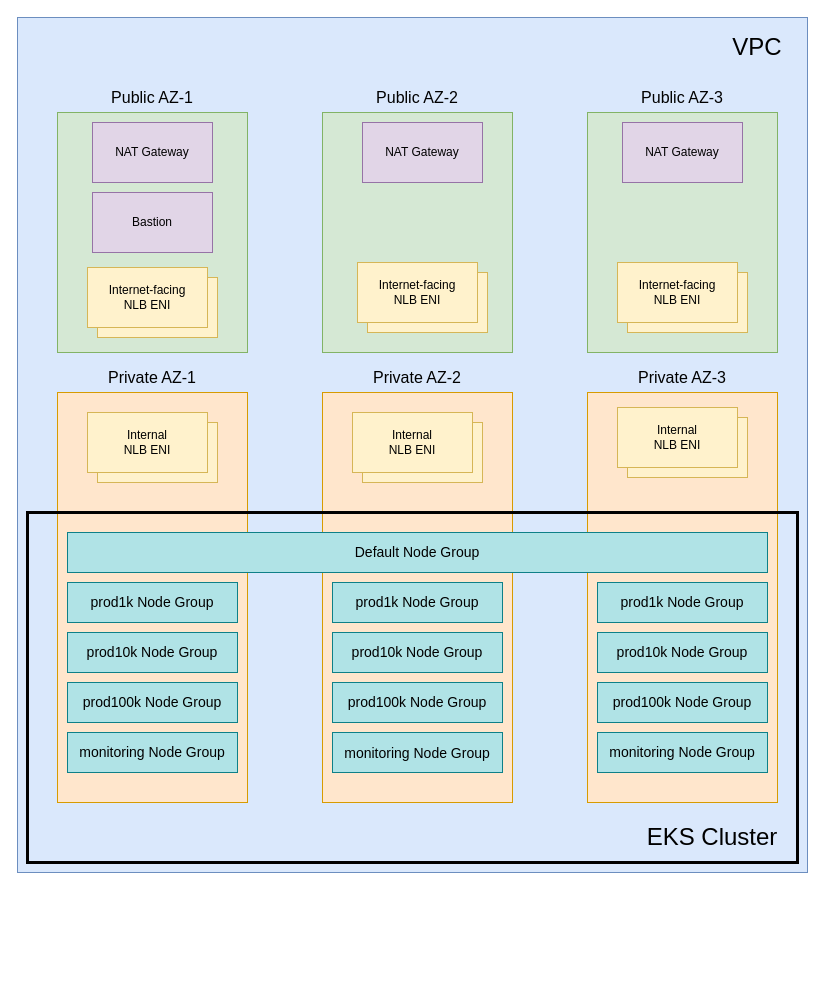
This is eks/docs/architecture.drawio from SolaceLabs/customer-controlled-region-reference-architectures, a draw.io file, before an edit. Source tidied: cells renumbered, new cells numbered last; positions are measured from the earlier drawing's top-left corner, leaving out a move shared by most shapes. Both pictures are drawn from the tidied source at 100%, with x=0, y=0 at pixel (17, 17).
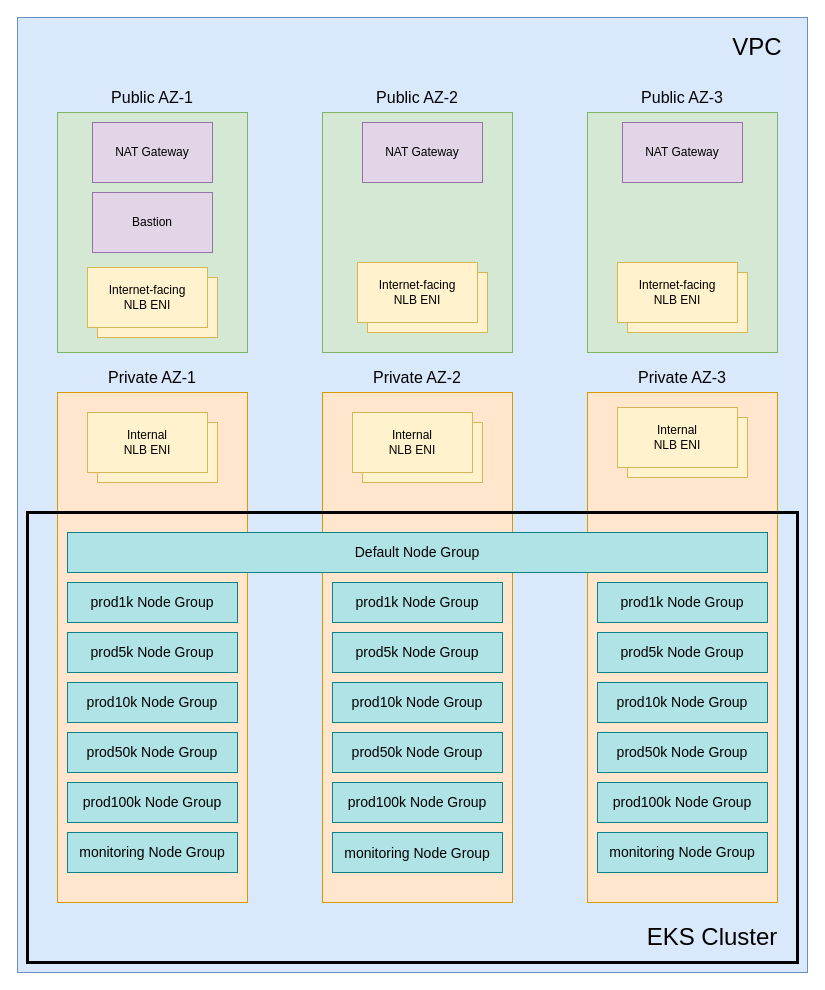
The same diagram, later.

Commit message (it also covers changes not shown here):
For AKS and EKS add 5k and 50k node groups and update instance types (#102)

Diff of the diagram source:
```diff
@@
     <mxCell id="2" style="rounded=0;whiteSpace=wrap;html=1;fillColor=#dae8fc;strokeColor=#6c8ebf;" parent="1" vertex="1">
-      <mxGeometry width="790" height="855" as="geometry" />
+      <mxGeometry width="790" height="955" as="geometry" />
     </mxCell>
@@
     <mxCell id="10" style="rounded=0;whiteSpace=wrap;html=1;fillColor=#ffe6cc;strokeColor=#d79b00;" parent="1" vertex="1">
-      <mxGeometry x="40" y="375" width="190" height="410" as="geometry" />
+      <mxGeometry x="40" y="375" width="190" height="510" as="geometry" />
     </mxCell>
@@
     <mxCell id="12" style="rounded=0;whiteSpace=wrap;html=1;fillColor=#ffe6cc;strokeColor=#d79b00;" parent="1" vertex="1">
-      <mxGeometry x="305" y="375" width="190" height="410" as="geometry" />
+      <mxGeometry x="305" y="375" width="190" height="510" as="geometry" />
     </mxCell>
@@
     <mxCell id="14" style="rounded=0;whiteSpace=wrap;html=1;fillColor=#ffe6cc;strokeColor=#d79b00;" parent="1" vertex="1">
-      <mxGeometry x="570" y="375" width="190" height="410" as="geometry" />
+      <mxGeometry x="570" y="375" width="190" height="510" as="geometry" />
     </mxCell>
@@
     <mxCell id="32" style="rounded=0;whiteSpace=wrap;html=1;fillColor=none;strokeWidth=3;" parent="1" vertex="1">
-      <mxGeometry x="10" y="495" width="770" height="350" as="geometry" />
+      <mxGeometry x="10" y="495" width="770" height="450" as="geometry" />
     </mxCell>
     <mxCell id="33" value="EKS Cluster" style="text;html=1;strokeColor=none;fillColor=none;align=center;verticalAlign=middle;whiteSpace=wrap;rounded=0;fontSize=24;" parent="1" vertex="1">
-      <mxGeometry x="620" y="805" width="150" height="30" as="geometry" />
+      <mxGeometry x="620" y="905" width="150" height="30" as="geometry" />
     </mxCell>
@@
-    <mxCell id="38" value="&lt;font style=&quot;font-size: 14px;&quot;&gt;prod10k Node Group&lt;/font&gt;" style="rounded=0;whiteSpace=wrap;html=1;fillColor=#b0e3e6;strokeColor=#0e8088;" parent="1" vertex="1">
+    <mxCell id="38" value="&lt;font style=&quot;font-size: 14px;&quot;&gt;prod5k Node Group&lt;/font&gt;" style="rounded=0;whiteSpace=wrap;html=1;fillColor=#b0e3e6;strokeColor=#0e8088;" parent="1" vertex="1">
       <mxGeometry x="50" y="615" width="170" height="40" as="geometry" />
     </mxCell>
-    <mxCell id="39" value="&lt;font style=&quot;font-size: 14px;&quot;&gt;prod10k Node Group&lt;/font&gt;" style="rounded=0;whiteSpace=wrap;html=1;fillColor=#b0e3e6;strokeColor=#0e8088;" parent="1" vertex="1">
+    <mxCell id="39" value="&lt;font style=&quot;font-size: 14px;&quot;&gt;prod5k Node Group&lt;/font&gt;" style="rounded=0;whiteSpace=wrap;html=1;fillColor=#b0e3e6;strokeColor=#0e8088;" parent="1" vertex="1">
       <mxGeometry x="315" y="615" width="170" height="40" as="geometry" />
     </mxCell>
-    <mxCell id="40" value="&lt;font style=&quot;font-size: 14px;&quot;&gt;prod10k Node Group&lt;/font&gt;" style="rounded=0;whiteSpace=wrap;html=1;fillColor=#b0e3e6;strokeColor=#0e8088;" parent="1" vertex="1">
+    <mxCell id="40" value="&lt;font style=&quot;font-size: 14px;&quot;&gt;prod5k Node Group&lt;/font&gt;" style="rounded=0;whiteSpace=wrap;html=1;fillColor=#b0e3e6;strokeColor=#0e8088;" parent="1" vertex="1">
       <mxGeometry x="580" y="615" width="170" height="40" as="geometry" />
     </mxCell>
     <mxCell id="41" value="&lt;font style=&quot;font-size: 14px;&quot;&gt;prod100k Node Group&lt;/font&gt;" style="rounded=0;whiteSpace=wrap;html=1;fillColor=#b0e3e6;strokeColor=#0e8088;" parent="1" vertex="1">
-      <mxGeometry x="50" y="665" width="170" height="40" as="geometry" />
+      <mxGeometry x="50" y="765" width="170" height="40" as="geometry" />
     </mxCell>
     <mxCell id="42" value="&lt;font style=&quot;font-size: 14px;&quot;&gt;prod100k Node Group&lt;/font&gt;" style="rounded=0;whiteSpace=wrap;html=1;fillColor=#b0e3e6;strokeColor=#0e8088;" parent="1" vertex="1">
-      <mxGeometry x="315" y="665" width="170" height="40" as="geometry" />
+      <mxGeometry x="315" y="765" width="170" height="40" as="geometry" />
     </mxCell>
     <mxCell id="43" value="&lt;font style=&quot;font-size: 14px;&quot;&gt;prod100k Node Group&lt;/font&gt;" style="rounded=0;whiteSpace=wrap;html=1;fillColor=#b0e3e6;strokeColor=#0e8088;" parent="1" vertex="1">
-      <mxGeometry x="580" y="665" width="170" height="40" as="geometry" />
+      <mxGeometry x="580" y="765" width="170" height="40" as="geometry" />
     </mxCell>
     <mxCell id="44" value="&lt;font style=&quot;font-size: 14px;&quot;&gt;monitoring Node Group&lt;/font&gt;" style="rounded=0;whiteSpace=wrap;html=1;fillColor=#b0e3e6;strokeColor=#0e8088;" parent="1" vertex="1">
-      <mxGeometry x="50" y="715" width="170" height="40" as="geometry" />
+      <mxGeometry x="50" y="815" width="170" height="40" as="geometry" />
     </mxCell>
     <mxCell id="45" value="&lt;div style=&quot;font-size: 15px;&quot;&gt;&lt;font style=&quot;font-size: 14px;&quot;&gt;monitoring Node Group&lt;/font&gt;&lt;/div&gt;" style="rounded=0;whiteSpace=wrap;html=1;fillColor=#b0e3e6;strokeColor=#0e8088;" parent="1" vertex="1">
-      <mxGeometry x="315" y="715" width="170" height="40" as="geometry" />
+      <mxGeometry x="315" y="815" width="170" height="40" as="geometry" />
     </mxCell>
     <mxCell id="46" value="&lt;font style=&quot;font-size: 14px;&quot;&gt;monitoring Node Group&lt;/font&gt;" style="rounded=0;whiteSpace=wrap;html=1;fillColor=#b0e3e6;strokeColor=#0e8088;" parent="1" vertex="1">
-      <mxGeometry x="580" y="715" width="170" height="40" as="geometry" />
+      <mxGeometry x="580" y="815" width="170" height="40" as="geometry" />
     </mxCell>
+    <mxCell id="47" value="&lt;font style=&quot;font-size: 14px;&quot;&gt;prod10k Node Group&lt;/font&gt;" style="rounded=0;whiteSpace=wrap;html=1;fillColor=#b0e3e6;strokeColor=#0e8088;" parent="1" vertex="1">
+      <mxGeometry x="50" y="665" width="170" height="40" as="geometry" />
+    </mxCell>
+    <mxCell id="48" value="&lt;font style=&quot;font-size: 14px;&quot;&gt;prod10k Node Group&lt;/font&gt;" style="rounded=0;whiteSpace=wrap;html=1;fillColor=#b0e3e6;strokeColor=#0e8088;" parent="1" vertex="1">
+      <mxGeometry x="315" y="665" width="170" height="40" as="geometry" />
+    </mxCell>
+    <mxCell id="49" value="&lt;font style=&quot;font-size: 14px;&quot;&gt;prod10k Node Group&lt;/font&gt;" style="rounded=0;whiteSpace=wrap;html=1;fillColor=#b0e3e6;strokeColor=#0e8088;" parent="1" vertex="1">
+      <mxGeometry x="580" y="665" width="170" height="40" as="geometry" />
+    </mxCell>
+    <mxCell id="50" value="&lt;font style=&quot;font-size: 14px;&quot;&gt;prod50k Node Group&lt;/font&gt;" style="rounded=0;whiteSpace=wrap;html=1;fillColor=#b0e3e6;strokeColor=#0e8088;" parent="1" vertex="1">
+      <mxGeometry x="50" y="715" width="170" height="40" as="geometry" />
+    </mxCell>
+    <mxCell id="51" value="&lt;font style=&quot;font-size: 14px;&quot;&gt;prod50k Node Group&lt;/font&gt;" style="rounded=0;whiteSpace=wrap;html=1;fillColor=#b0e3e6;strokeColor=#0e8088;" parent="1" vertex="1">
+      <mxGeometry x="315" y="715" width="170" height="40" as="geometry" />
+    </mxCell>
+    <mxCell id="52" value="&lt;font style=&quot;font-size: 14px;&quot;&gt;prod50k Node Group&lt;/font&gt;" style="rounded=0;whiteSpace=wrap;html=1;fillColor=#b0e3e6;strokeColor=#0e8088;" parent="1" vertex="1">
+      <mxGeometry x="580" y="715" width="170" height="40" as="geometry" />
+    </mxCell>
```
